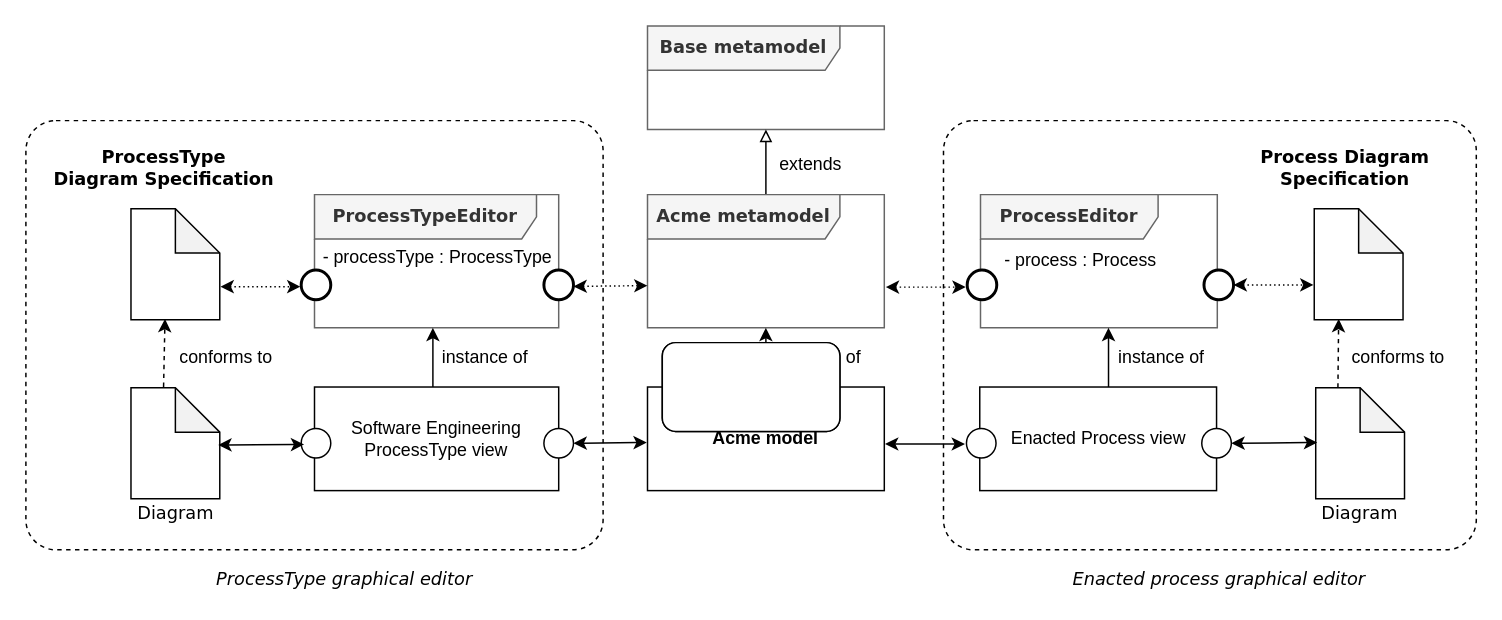
Before: Figures/ToolingArchitecture.drawio in labsticc-p4s/multi-process-challenge, a draw.io diagram. Source tidied: cells renumbered, new cells numbered last; positions are measured from the earlier drawing's top-left corner, leaving out a move shared by most shapes. Both pictures are drawn from the tidied source at 148%, with x=0, y=0 at pixel (25, 25).
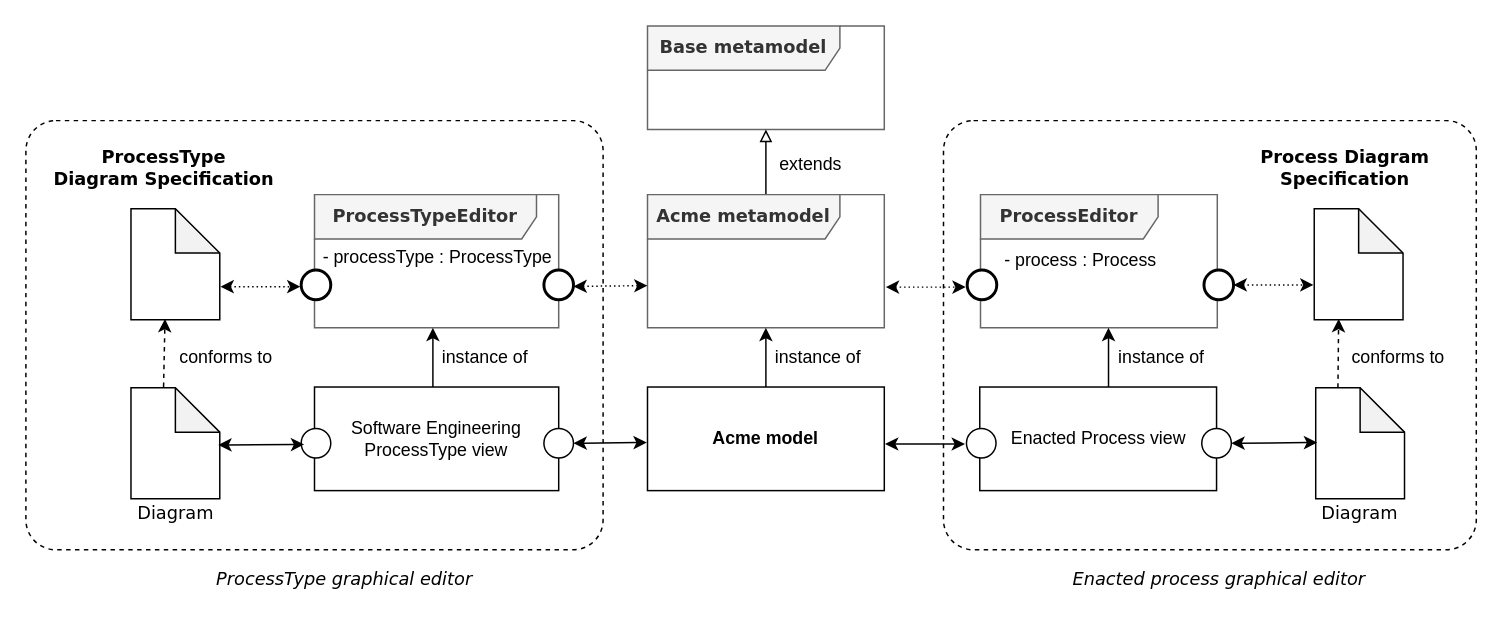
After the change.

The edit, as a diff of the source:
```diff
@@
-    <mxCell id="48" style="rounded=1;whiteSpace=wrap;html=1;" parent="1" vertex="1">
-      <mxGeometry x="430" y="214" width="120" height="60" as="geometry" />
-    </mxCell>
-    <mxCell id="49" style="rounded=1;whiteSpace=wrap;html=1;" parent="1" vertex="1">
-      <mxGeometry x="430" y="214" width="120" height="60" as="geometry" />
-    </mxCell>
```
